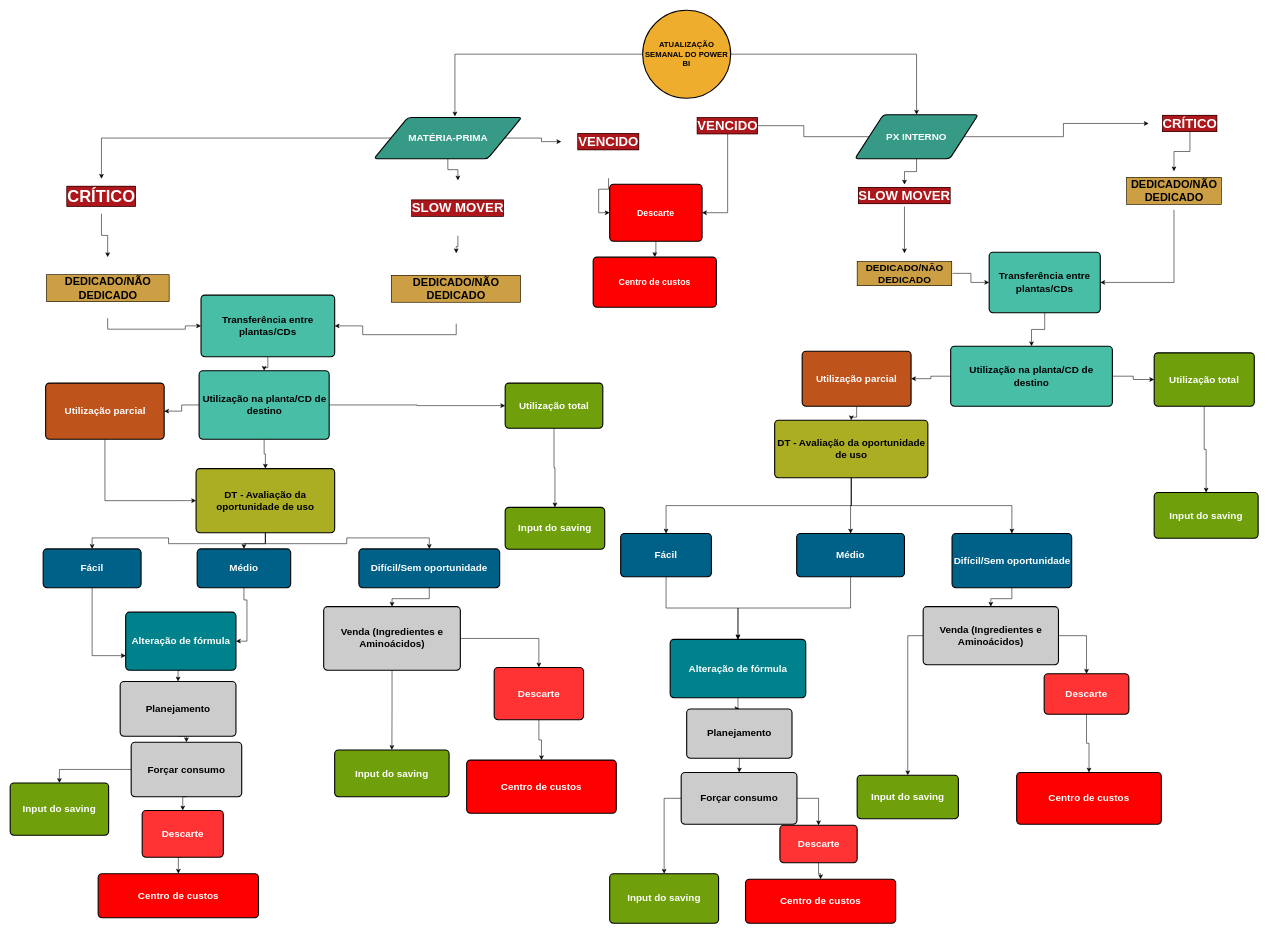
geovanafsantos/ascoisatudo keeps this draw.io diagram as page "MP e PX interno" (3 of 5) of Untitled Diagram.drawio. Above is the earlier version. Source tidied: cells renumbered, new cells numbered last; positions are measured from the earlier drawing's top-left corner, leaving out a move shared by most shapes. Both pictures are drawn from the tidied source at 55%, with x=0, y=0 at pixel (10, 10).
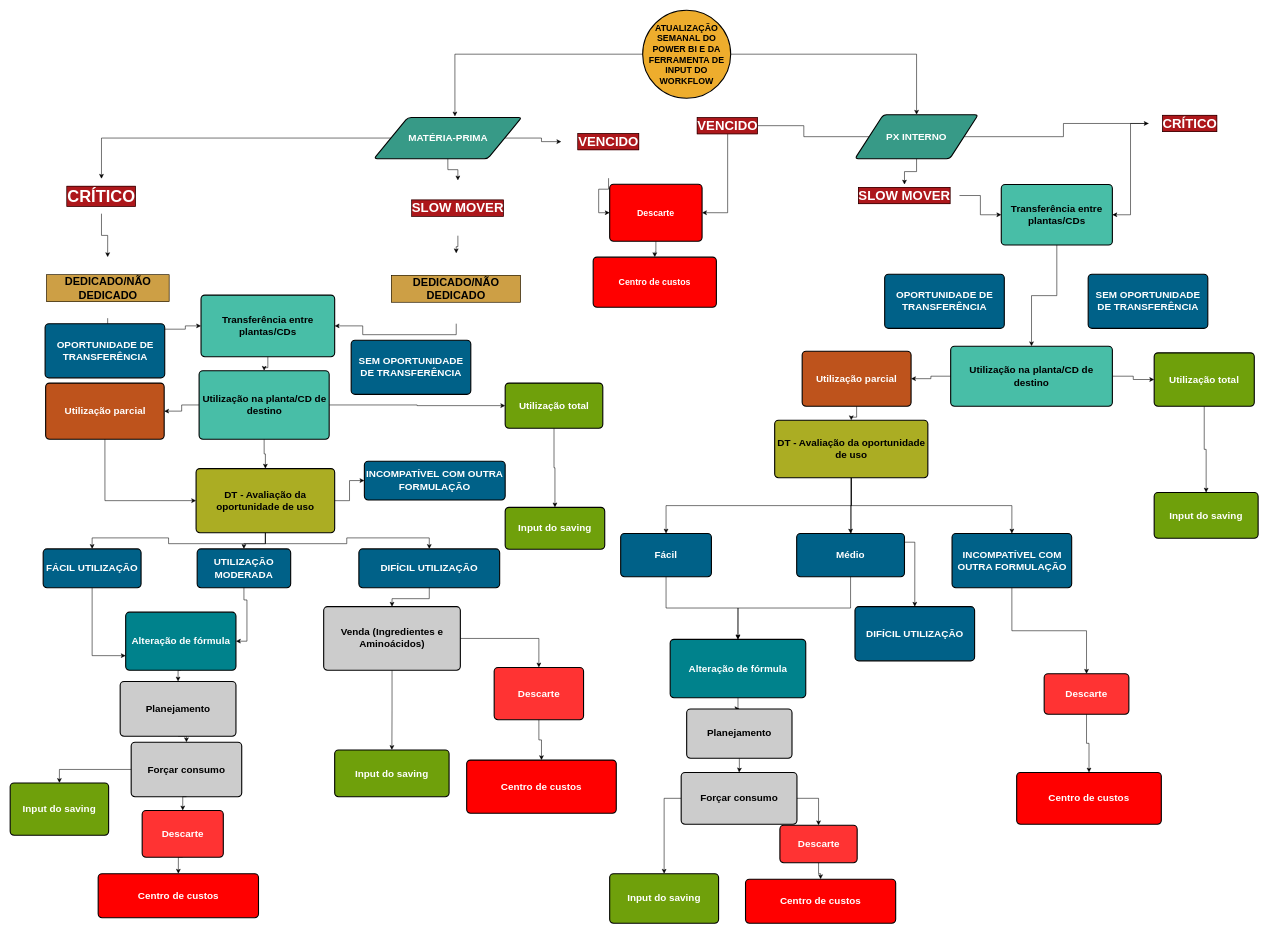
The same page after the edit.

Unchanged cells that the change refers to:
```xml
<mxCell id="20" value="CRÍTICO" style="text;html=1;strokeColor=none;fillColor=none;align=center;verticalAlign=middle;whiteSpace=wrap;rounded=0;labelBackgroundColor=#AD171B;fontSize=24;labelBorderColor=#000000;fontStyle=1;fontColor=#FFFFFF;" parent="1" vertex="1">
  <mxGeometry x="2070" y="191" width="150" height="30" as="geometry" />
</mxCell>
<mxCell id="31" value="&lt;font style=&quot;font-size: 18px;&quot;&gt;DT - Avaliação da oportunidade de uso&lt;/font&gt;" style="rounded=1;whiteSpace=wrap;html=1;absoluteArcSize=1;arcSize=14;strokeWidth=2;labelBackgroundColor=none;fontSize=18;fillColor=#abad23;fontStyle=1;" parent="1" vertex="1">
  <mxGeometry x="338" y="833.5" width="252" height="116.5" as="geometry" />
</mxCell>
<mxCell id="54" value="SLOW MOVER" style="text;html=1;strokeColor=none;fillColor=none;align=center;verticalAlign=middle;whiteSpace=wrap;rounded=0;labelBackgroundColor=#AD171B;fontSize=24;labelBorderColor=#000000;fontStyle=1;fontColor=#FFFFFF;" parent="1" vertex="1">
  <mxGeometry x="1526" y="317" width="200" height="40" as="geometry" />
</mxCell>
<mxCell id="58" value="&lt;font style=&quot;font-size: 18px;&quot;&gt;Descarte&lt;/font&gt;" style="rounded=1;whiteSpace=wrap;html=1;absoluteArcSize=1;arcSize=14;strokeWidth=2;labelBackgroundColor=none;fontSize=18;fillColor=#FF3333;fontColor=#FFFFFF;fontStyle=1;" parent="1" vertex="1">
  <mxGeometry x="1880" y="1206.5" width="154" height="73.5" as="geometry" />
</mxCell>
<mxCell id="93" value="&lt;font style=&quot;font-size: 18px;&quot;&gt;DT - Avaliação da oportunidade de uso&lt;/font&gt;" style="rounded=1;whiteSpace=wrap;html=1;absoluteArcSize=1;arcSize=14;strokeWidth=2;labelBackgroundColor=none;fontSize=18;fillColor=#ABAD23;fontStyle=1;" parent="1" vertex="1">
  <mxGeometry x="1390" y="745.5" width="278.5" height="104.5" as="geometry" />
</mxCell>
```

The edit, as a diff of the source:
```diff
@@
-    <mxCell id="4" value="&lt;font style=&quot;font-size: 14px;&quot;&gt;ATUALIZAÇÃO SEMANAL DO POWER BI&lt;/font&gt;" style="strokeWidth=2;html=1;shape=mxgraph.flowchart.start_2;whiteSpace=wrap;fillColor=#EEAD2D;fontSize=14;fontStyle=1;" parent="1" vertex="1">
+    <mxCell id="4" value="&lt;font style=&quot;font-size: 16px;&quot;&gt;ATUALIZAÇÃO SEMANAL DO POWER BI E DA FERRAMENTA DE INPUT DO WORKFLOW&lt;/font&gt;" style="strokeWidth=2;html=1;shape=mxgraph.flowchart.start_2;whiteSpace=wrap;fillColor=#EEAD2D;fontSize=16;fontStyle=1;" parent="1" vertex="1">
       <mxGeometry x="1150" width="160" height="160" as="geometry" />
     </mxCell>
@@
-    <mxCell id="19" style="edgeStyle=orthogonalEdgeStyle;rounded=0;jettySize=auto;html=1;fontSize=14;" parent="1" edge="1" source="20" target="112">
-      <mxGeometry relative="1" as="geometry" />
-    </mxCell>
+    <mxCell id="113" style="edgeStyle=orthogonalEdgeStyle;rounded=0;jettySize=auto;html=1;entryX=1;entryY=0.5;entryDx=0;entryDy=0;fontSize=16;" parent="1" edge="1" source="20" target="82">
+      <mxGeometry relative="1" as="geometry" />
+    </mxCell>
@@
+    <mxCell id="114" style="edgeStyle=orthogonalEdgeStyle;rounded=0;jettySize=auto;html=1;entryX=0;entryY=0.5;entryDx=0;entryDy=0;fontSize=16;" parent="1" edge="1" source="31" target="116">
+      <mxGeometry relative="1" as="geometry" />
+    </mxCell>
@@
-    <mxCell id="42" style="edgeStyle=orthogonalEdgeStyle;rounded=0;jettySize=auto;html=1;entryX=0.5;entryY=0;entryDx=0;entryDy=0;fontSize=16;exitX=0;exitY=0.5;exitDx=0;exitDy=0;" parent="1" edge="1" source="43" target="56">
-      <mxGeometry relative="1" as="geometry" />
-    </mxCell>
-    <mxCell id="43" value="&lt;span style=&quot;font-size: 18px&quot;&gt;Venda (Ingredientes e Aminoácidos)&lt;/span&gt;" style="rounded=1;whiteSpace=wrap;html=1;absoluteArcSize=1;arcSize=14;strokeWidth=2;labelBackgroundColor=none;fontSize=18;fillColor=#CCCCCC;fontStyle=1;" parent="1" vertex="1">
-      <mxGeometry x="1660" y="1084.5" width="246" height="105.5" as="geometry" />
-    </mxCell>
@@
-    <mxCell id="53" style="edgeStyle=orthogonalEdgeStyle;rounded=0;jettySize=auto;html=1;entryX=0.5;entryY=0;entryDx=0;entryDy=0;fontSize=14;" parent="1" edge="1" source="54" target="110">
+    <mxCell id="53" style="edgeStyle=orthogonalEdgeStyle;rounded=0;jettySize=auto;html=1;entryX=0;entryY=0.5;entryDx=0;entryDy=0;fontSize=14;" parent="1" edge="1" source="54" target="82">
       <mxGeometry relative="1" as="geometry" />
     </mxCell>
@@
-    <mxCell id="55" style="edgeStyle=orthogonalEdgeStyle;rounded=0;jettySize=auto;html=1;entryX=0.5;entryY=0;entryDx=0;entryDy=0;exitX=1;exitY=0.5;exitDx=0;exitDy=0;" parent="1" edge="1" source="43" target="58">
-      <mxGeometry relative="1" as="geometry" />
-    </mxCell>
-    <mxCell id="56" value="&lt;font style=&quot;font-size: 18px;&quot;&gt;Input do saving&lt;/font&gt;" style="rounded=1;whiteSpace=wrap;html=1;absoluteArcSize=1;arcSize=14;strokeWidth=2;labelBackgroundColor=none;fontSize=18;fillColor=#6FA00B;fontColor=#FFFFFF;fontStyle=1;" parent="1" vertex="1">
-      <mxGeometry x="1540" y="1391" width="184" height="79" as="geometry" />
-    </mxCell>
@@
     <mxCell id="82" value="Transferência entre plantas/CDs" style="rounded=1;whiteSpace=wrap;html=1;absoluteArcSize=1;arcSize=14;strokeWidth=2;labelBackgroundColor=none;fontSize=18;fillColor=#48BEA7;strokeColor=#000000;fontStyle=1;" parent="1" vertex="1">
-      <mxGeometry x="1780" y="440" width="202" height="110" as="geometry" />
+      <mxGeometry x="1802" y="317" width="202" height="110" as="geometry" />
     </mxCell>
@@
-    <mxCell id="85" value="Fácil" style="rounded=1;whiteSpace=wrap;html=1;absoluteArcSize=1;arcSize=14;strokeWidth=2;labelBackgroundColor=none;fontSize=18;fillColor=#006188;strokeColor=#000000;fontColor=#FFFFFF;fontStyle=1;" parent="1" vertex="1">
+    <mxCell id="85" value="FÁCIL UTILIZAÇÃO" style="rounded=1;whiteSpace=wrap;html=1;absoluteArcSize=1;arcSize=14;strokeWidth=2;labelBackgroundColor=none;fontSize=18;fillColor=#006188;strokeColor=#000000;fontColor=#FFFFFF;fontStyle=1;" parent="1" vertex="1">
       <mxGeometry x="60" y="979.5" width="178" height="70.5" as="geometry" />
     </mxCell>
@@
-    <mxCell id="87" value="Médio" style="rounded=1;whiteSpace=wrap;html=1;absoluteArcSize=1;arcSize=14;strokeWidth=2;labelBackgroundColor=none;fontSize=18;fillColor=#006188;strokeColor=#000000;fontColor=#FFFFFF;fontStyle=1;" parent="1" vertex="1">
+    <mxCell id="87" value="UTILIZAÇÃO MODERADA" style="rounded=1;whiteSpace=wrap;html=1;absoluteArcSize=1;arcSize=14;strokeWidth=2;labelBackgroundColor=none;fontSize=18;fillColor=#006188;strokeColor=#000000;fontColor=#FFFFFF;fontStyle=1;" parent="1" vertex="1">
       <mxGeometry x="340" y="979.5" width="170" height="70.5" as="geometry" />
     </mxCell>
-    <mxCell id="88" value="Difícil/Sem oportunidade" style="rounded=1;whiteSpace=wrap;html=1;absoluteArcSize=1;arcSize=14;strokeWidth=2;labelBackgroundColor=none;fontSize=18;fillColor=#006188;strokeColor=#000000;fontColor=#FFFFFF;fontStyle=1;" parent="1" vertex="1">
+    <mxCell id="88" value="DIFÍCIL UTILIZAÇÃO" style="rounded=1;whiteSpace=wrap;html=1;absoluteArcSize=1;arcSize=14;strokeWidth=2;labelBackgroundColor=none;fontSize=18;fillColor=#006188;strokeColor=#000000;fontColor=#FFFFFF;fontStyle=1;" parent="1" vertex="1">
       <mxGeometry x="634" y="979.5" width="256" height="70.5" as="geometry" />
     </mxCell>
@@
+    <mxCell id="115" style="edgeStyle=orthogonalEdgeStyle;rounded=0;jettySize=auto;html=1;entryX=0.5;entryY=0;entryDx=0;entryDy=0;fontSize=16;" parent="1" edge="1" source="93" target="117">
+      <mxGeometry relative="1" as="geometry" />
+    </mxCell>
@@
-    <mxCell id="98" style="edgeStyle=orthogonalEdgeStyle;rounded=0;jettySize=auto;html=1;entryX=0.5;entryY=0;entryDx=0;entryDy=0;fontSize=16;exitX=0.5;exitY=1;exitDx=0;exitDy=0;" parent="1" edge="1" source="99" target="43">
+    <mxCell id="98" style="edgeStyle=orthogonalEdgeStyle;rounded=0;jettySize=auto;html=1;entryX=0.5;entryY=0;entryDx=0;entryDy=0;fontSize=16;exitX=0.5;exitY=1;exitDx=0;exitDy=0;" parent="1" edge="1" source="99" target="58">
       <mxGeometry relative="1" as="geometry" />
     </mxCell>
-    <mxCell id="99" value="Difícil/Sem oportunidade" style="rounded=1;whiteSpace=wrap;html=1;absoluteArcSize=1;arcSize=14;strokeWidth=2;labelBackgroundColor=none;fontSize=18;fillColor=#006188;strokeColor=#000000;fontStyle=1;fontColor=#FFFFFF;" parent="1" vertex="1">
+    <mxCell id="99" value="INCOMPATÍVEL COM OUTRA FORMULAÇÃO" style="rounded=1;whiteSpace=wrap;html=1;absoluteArcSize=1;arcSize=14;strokeWidth=2;labelBackgroundColor=none;fontSize=18;fillColor=#006188;strokeColor=#000000;fontStyle=1;fontColor=#FFFFFF;" parent="1" vertex="1">
       <mxGeometry x="1712.5" y="951.5" width="217.5" height="98.5" as="geometry" />
     </mxCell>
@@
-    <mxCell id="109" style="edgeStyle=orthogonalEdgeStyle;rounded=0;jettySize=auto;html=1;entryX=0;entryY=0.5;entryDx=0;entryDy=0;fontSize=24;fontColor=#FFFFFF;" parent="1" edge="1" source="110" target="82">
-      <mxGeometry relative="1" as="geometry" />
-    </mxCell>
-    <mxCell id="110" value="DEDICADO/NÃO DEDICADO" style="text;html=1;strokeColor=none;fillColor=none;align=center;verticalAlign=middle;whiteSpace=wrap;rounded=0;labelBackgroundColor=#cd9f45;fontSize=18;labelBorderColor=#000000;fontStyle=1;" parent="1" vertex="1">
-      <mxGeometry x="1538.5" y="442" width="175" height="73" as="geometry" />
-    </mxCell>
-    <mxCell id="111" style="edgeStyle=orthogonalEdgeStyle;rounded=0;jettySize=auto;html=1;fontSize=14;entryX=1;entryY=0.5;entryDx=0;entryDy=0;exitX=0.5;exitY=1;exitDx=0;exitDy=0;" parent="1" edge="1" source="112" target="82">
-      <mxGeometry relative="1" as="geometry" />
-    </mxCell>
-    <mxCell id="112" value="DEDICADO/NÃO DEDICADO" style="text;html=1;strokeColor=none;fillColor=none;align=center;verticalAlign=middle;whiteSpace=wrap;rounded=0;labelBackgroundColor=#cd9f45;fontSize=20;labelBorderColor=#000000;fontStyle=1;" parent="1" vertex="1">
-      <mxGeometry x="2028.5" y="293" width="175" height="70" as="geometry" />
-    </mxCell>
+    <mxCell id="116" value="INCOMPATÍVEL COM OUTRA FORMULAÇÃO" style="rounded=1;whiteSpace=wrap;html=1;absoluteArcSize=1;arcSize=14;strokeWidth=2;labelBackgroundColor=none;fontSize=18;fillColor=#006188;strokeColor=#000000;fontColor=#FFFFFF;fontStyle=1;" parent="1" vertex="1">
+      <mxGeometry x="644" y="820" width="256" height="70.5" as="geometry" />
+    </mxCell>
+    <mxCell id="117" value="DIFÍCIL UTILIZAÇÃO" style="rounded=1;whiteSpace=wrap;html=1;absoluteArcSize=1;arcSize=14;strokeWidth=2;labelBackgroundColor=none;fontSize=18;fillColor=#006188;strokeColor=#000000;fontStyle=1;fontColor=#FFFFFF;" parent="1" vertex="1">
+      <mxGeometry x="1536" y="1084.5" width="217.5" height="98.5" as="geometry" />
+    </mxCell>
+    <mxCell id="118" value="OPORTUNIDADE DE TRANSFERÊNCIA" style="rounded=1;whiteSpace=wrap;html=1;absoluteArcSize=1;arcSize=14;strokeWidth=2;labelBackgroundColor=none;fontSize=18;fillColor=#006188;strokeColor=#000000;fontStyle=1;fontColor=#FFFFFF;" parent="1" vertex="1">
+      <mxGeometry x="1590" y="480" width="217.5" height="98.5" as="geometry" />
+    </mxCell>
+    <mxCell id="119" value="SEM OPORTUNIDADE DE TRANSFERÊNCIA" style="rounded=1;whiteSpace=wrap;html=1;absoluteArcSize=1;arcSize=14;strokeWidth=2;labelBackgroundColor=none;fontSize=18;fillColor=#006188;strokeColor=#000000;fontStyle=1;fontColor=#FFFFFF;" parent="1" vertex="1">
+      <mxGeometry x="1960" y="480" width="217.5" height="98.5" as="geometry" />
+    </mxCell>
+    <mxCell id="120" value="OPORTUNIDADE DE TRANSFERÊNCIA" style="rounded=1;whiteSpace=wrap;html=1;absoluteArcSize=1;arcSize=14;strokeWidth=2;labelBackgroundColor=none;fontSize=18;fillColor=#006188;strokeColor=#000000;fontStyle=1;fontColor=#FFFFFF;" parent="1" vertex="1">
+      <mxGeometry x="63.5" y="570" width="217.5" height="98.5" as="geometry" />
+    </mxCell>
+    <mxCell id="121" value="SEM OPORTUNIDADE DE TRANSFERÊNCIA" style="rounded=1;whiteSpace=wrap;html=1;absoluteArcSize=1;arcSize=14;strokeWidth=2;labelBackgroundColor=none;fontSize=18;fillColor=#006188;strokeColor=#000000;fontStyle=1;fontColor=#FFFFFF;" parent="1" vertex="1">
+      <mxGeometry x="620" y="600" width="217.5" height="98.5" as="geometry" />
+    </mxCell>
```
